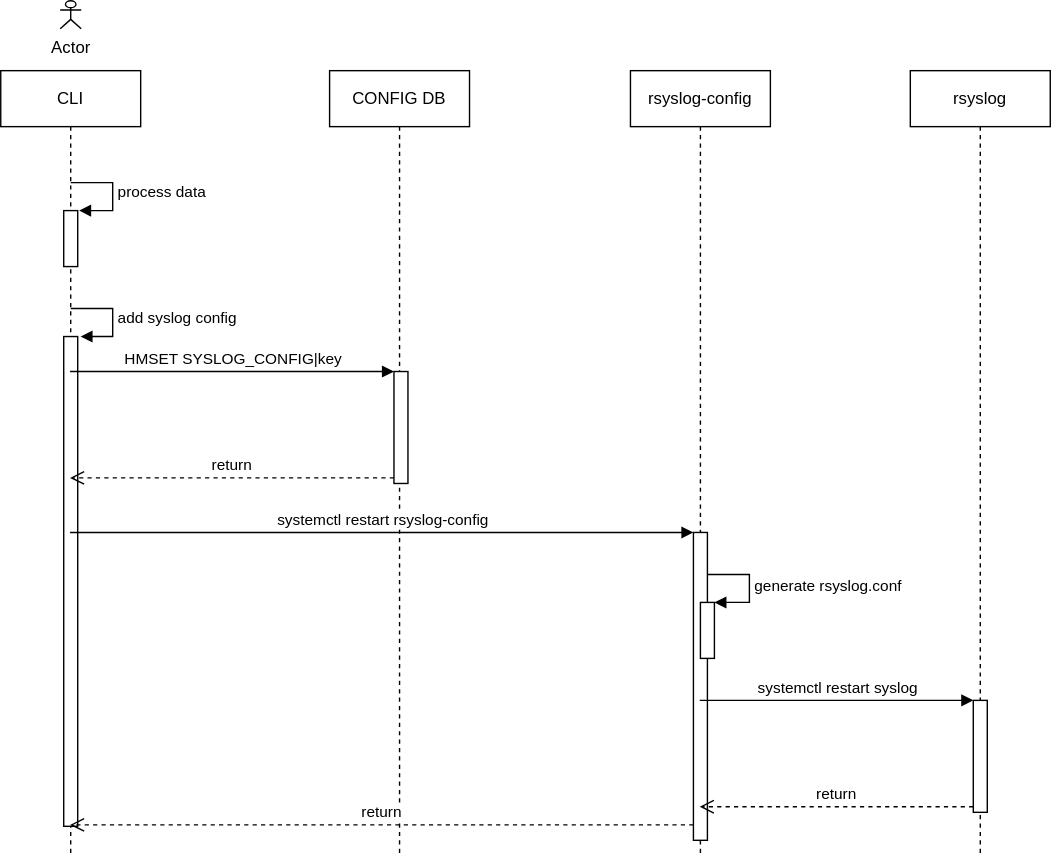
sonic-net/SONiC keeps this draw.io diagram as doc/syslog/images/host_rate_limit_config_flow.svg. Above is the earlier version. Source tidied: cells renumbered, new cells last; positions are measured from the earlier drawing's top-left corner, leaving out a move shared by most shapes. Its diagram source:
```xml
<mxGraphModel>
  <root>
    <mxCell id="0" />
    <mxCell id="1" parent="0" />
    <mxCell id="2" value="CLI" style="shape=umlLifeline;perimeter=lifelinePerimeter;whiteSpace=wrap;html=1;outlineConnect=0;" parent="1" vertex="1">
      <mxGeometry y="50" width="100" height="560" as="geometry" />
    </mxCell>
    <mxCell id="3" style="html=1;perimeter=orthogonalPerimeter;" parent="2" vertex="1">
      <mxGeometry x="45" y="100" width="10" height="40" as="geometry" />
    </mxCell>
    <mxCell id="4" value="process data" style="edgeStyle=orthogonalEdgeStyle;html=1;align=left;spacingLeft=2;endArrow=block;rounded=0;entryX=1;entryY=0;" parent="2" edge="1">
      <mxGeometry relative="1" as="geometry">
        <mxPoint x="50" y="80" as="sourcePoint" />
        <mxPoint x="56" y="100" as="targetPoint" />
        <Array as="points">
          <mxPoint x="80" y="80" />
        </Array>
      </mxGeometry>
    </mxCell>
    <mxCell id="5" style="html=1;perimeter=orthogonalPerimeter;" parent="2" vertex="1">
      <mxGeometry x="45" y="190" width="10" height="350" as="geometry" />
    </mxCell>
    <mxCell id="6" value="add syslog config" style="edgeStyle=orthogonalEdgeStyle;html=1;align=left;spacingLeft=2;endArrow=block;rounded=0;entryX=1;entryY=0;" parent="2" edge="1">
      <mxGeometry relative="1" as="geometry">
        <mxPoint x="50" y="170" as="sourcePoint" />
        <mxPoint x="57" y="190" as="targetPoint" />
        <Array as="points">
          <mxPoint x="80" y="170" />
        </Array>
      </mxGeometry>
    </mxCell>
    <mxCell id="7" value="Actor" style="shape=umlActor;verticalLabelPosition=bottom;verticalAlign=top;html=1;" parent="1" vertex="1">
      <mxGeometry x="42.5" width="15" height="20" as="geometry" />
    </mxCell>
    <mxCell id="8" value="CONFIG DB" style="shape=umlLifeline;perimeter=lifelinePerimeter;whiteSpace=wrap;html=1;" parent="1" vertex="1">
      <mxGeometry x="235" y="50" width="100" height="560" as="geometry" />
    </mxCell>
    <mxCell id="9" style="html=1;points=[];perimeter=orthogonalPerimeter;" parent="8" vertex="1">
      <mxGeometry x="46" y="215" width="10" height="80" as="geometry" />
    </mxCell>
    <mxCell id="10" value="rsyslog-config" style="shape=umlLifeline;perimeter=lifelinePerimeter;whiteSpace=wrap;html=1;outlineConnect=0;" parent="1" vertex="1">
      <mxGeometry x="450" y="50" width="100" height="560" as="geometry" />
    </mxCell>
    <mxCell id="11" style="html=1;points=[];perimeter=orthogonalPerimeter;" parent="10" vertex="1">
      <mxGeometry x="45" y="330" width="10" height="220" as="geometry" />
    </mxCell>
    <mxCell id="12" style="html=1;points=[];perimeter=orthogonalPerimeter;" parent="10" vertex="1">
      <mxGeometry x="50" y="380" width="10" height="40" as="geometry" />
    </mxCell>
    <mxCell id="13" value="generate rsyslog.conf" style="edgeStyle=orthogonalEdgeStyle;html=1;align=left;spacingLeft=2;endArrow=block;rounded=0;entryX=1;entryY=0;" parent="10" edge="1" target="12">
      <mxGeometry relative="1" as="geometry">
        <mxPoint x="55" y="360" as="sourcePoint" />
        <Array as="points">
          <mxPoint x="85" y="360" />
        </Array>
      </mxGeometry>
    </mxCell>
    <mxCell id="14" value="HMSET SYSLOG_CONFIG|key" style="html=1;verticalAlign=bottom;endArrow=block;entryX=0;entryY=0;" parent="1" edge="1" source="2" target="9">
      <mxGeometry relative="1" as="geometry" />
    </mxCell>
    <mxCell id="15" value="return" style="html=1;verticalAlign=bottom;endArrow=open;dashed=1;endSize=8;exitX=0;exitY=0.95;" parent="1" edge="1" source="9" target="2">
      <mxGeometry relative="1" as="geometry" />
    </mxCell>
    <mxCell id="16" value="rsyslog" style="shape=umlLifeline;perimeter=lifelinePerimeter;whiteSpace=wrap;html=1;" parent="1" vertex="1">
      <mxGeometry x="650" y="50" width="100" height="560" as="geometry" />
    </mxCell>
    <mxCell id="17" style="html=1;points=[];perimeter=orthogonalPerimeter;" parent="16" vertex="1">
      <mxGeometry x="45" y="450" width="10" height="80" as="geometry" />
    </mxCell>
    <mxCell id="18" value="systemctl restart rsyslog-config" style="html=1;verticalAlign=bottom;endArrow=block;entryX=0;entryY=0;" parent="1" edge="1" source="2" target="11">
      <mxGeometry relative="1" as="geometry" />
    </mxCell>
    <mxCell id="19" value="return" style="html=1;verticalAlign=bottom;endArrow=open;dashed=1;endSize=8;exitX=0;exitY=0.95;" parent="1" edge="1" source="11" target="2">
      <mxGeometry relative="1" as="geometry" />
    </mxCell>
    <mxCell id="20" value="systemctl restart syslog" style="html=1;verticalAlign=bottom;endArrow=block;entryX=0;entryY=0;" parent="1" edge="1" source="10" target="17">
      <mxGeometry relative="1" as="geometry" />
    </mxCell>
    <mxCell id="21" value="return" style="html=1;verticalAlign=bottom;endArrow=open;dashed=1;endSize=8;exitX=0;exitY=0.95;" parent="1" edge="1" source="17" target="10">
      <mxGeometry relative="1" as="geometry" />
    </mxCell>
  </root>
</mxGraphModel>
```
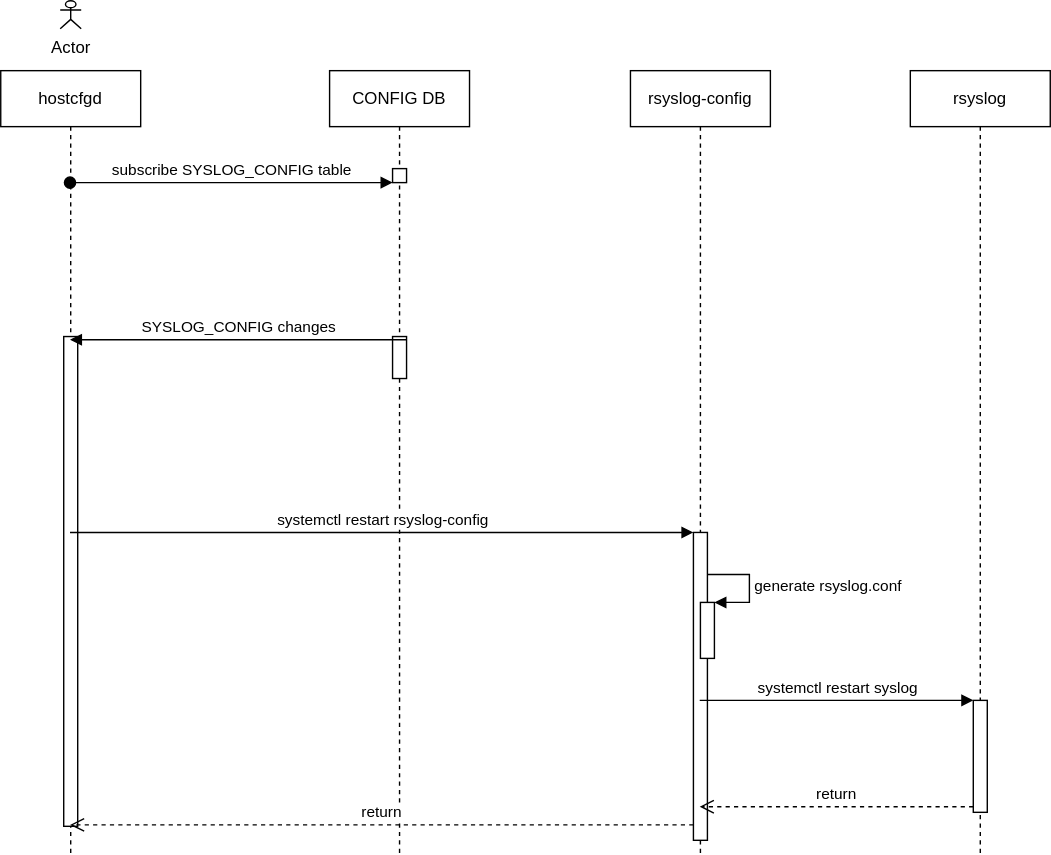
After the commit.

Change to the diagram source:
```diff
@@ -2,33 +2,12 @@
   <root>
     <mxCell id="0" />
     <mxCell id="1" parent="0" />
-    <mxCell id="2" value="CLI" style="shape=umlLifeline;perimeter=lifelinePerimeter;whiteSpace=wrap;html=1;outlineConnect=0;" parent="1" vertex="1">
+    <mxCell id="2" value="hostcfgd" style="shape=umlLifeline;perimeter=lifelinePerimeter;whiteSpace=wrap;html=1;outlineConnect=0;" parent="1" vertex="1">
       <mxGeometry y="50" width="100" height="560" as="geometry" />
     </mxCell>
-    <mxCell id="3" style="html=1;perimeter=orthogonalPerimeter;" parent="2" vertex="1">
-      <mxGeometry x="45" y="100" width="10" height="40" as="geometry" />
-    </mxCell>
-    <mxCell id="4" value="process data" style="edgeStyle=orthogonalEdgeStyle;html=1;align=left;spacingLeft=2;endArrow=block;rounded=0;entryX=1;entryY=0;" parent="2" edge="1">
-      <mxGeometry relative="1" as="geometry">
-        <mxPoint x="50" y="80" as="sourcePoint" />
-        <mxPoint x="56" y="100" as="targetPoint" />
-        <Array as="points">
-          <mxPoint x="80" y="80" />
-        </Array>
-      </mxGeometry>
-    </mxCell>
     <mxCell id="5" style="html=1;perimeter=orthogonalPerimeter;" parent="2" vertex="1">
       <mxGeometry x="45" y="190" width="10" height="350" as="geometry" />
     </mxCell>
-    <mxCell id="6" value="add syslog config" style="edgeStyle=orthogonalEdgeStyle;html=1;align=left;spacingLeft=2;endArrow=block;rounded=0;entryX=1;entryY=0;" parent="2" edge="1">
-      <mxGeometry relative="1" as="geometry">
-        <mxPoint x="50" y="170" as="sourcePoint" />
-        <mxPoint x="57" y="190" as="targetPoint" />
-        <Array as="points">
-          <mxPoint x="80" y="170" />
-        </Array>
-      </mxGeometry>
-    </mxCell>
     <mxCell id="7" value="Actor" style="shape=umlActor;verticalLabelPosition=bottom;verticalAlign=top;html=1;" parent="1" vertex="1">
       <mxGeometry x="42.5" width="15" height="20" as="geometry" />
     </mxCell>
@@ -36,8 +15,11 @@
       <mxGeometry x="235" y="50" width="100" height="560" as="geometry" />
     </mxCell>
     <mxCell id="9" style="html=1;points=[];perimeter=orthogonalPerimeter;" parent="8" vertex="1">
-      <mxGeometry x="46" y="215" width="10" height="80" as="geometry" />
+      <mxGeometry x="45" y="190" width="10" height="30" as="geometry" />
     </mxCell>
+    <mxCell id="22" style="html=1;points=[];perimeter=orthogonalPerimeter;" parent="8" vertex="1">
+      <mxGeometry x="45" y="70" width="10" height="10" as="geometry" />
+    </mxCell>
     <mxCell id="10" value="rsyslog-config" style="shape=umlLifeline;perimeter=lifelinePerimeter;whiteSpace=wrap;html=1;outlineConnect=0;" parent="1" vertex="1">
       <mxGeometry x="450" y="50" width="100" height="560" as="geometry" />
     </mxCell>
@@ -55,12 +37,6 @@
         </Array>
       </mxGeometry>
     </mxCell>
-    <mxCell id="14" value="HMSET SYSLOG_CONFIG|key" style="html=1;verticalAlign=bottom;endArrow=block;entryX=0;entryY=0;" parent="1" edge="1" source="2" target="9">
-      <mxGeometry relative="1" as="geometry" />
-    </mxCell>
-    <mxCell id="15" value="return" style="html=1;verticalAlign=bottom;endArrow=open;dashed=1;endSize=8;exitX=0;exitY=0.95;" parent="1" edge="1" source="9" target="2">
-      <mxGeometry relative="1" as="geometry" />
-    </mxCell>
     <mxCell id="16" value="rsyslog" style="shape=umlLifeline;perimeter=lifelinePerimeter;whiteSpace=wrap;html=1;" parent="1" vertex="1">
       <mxGeometry x="650" y="50" width="100" height="560" as="geometry" />
     </mxCell>
@@ -79,5 +55,11 @@
     <mxCell id="21" value="return" style="html=1;verticalAlign=bottom;endArrow=open;dashed=1;endSize=8;exitX=0;exitY=0.95;" parent="1" edge="1" source="17" target="10">
       <mxGeometry relative="1" as="geometry" />
     </mxCell>
+    <mxCell id="23" value="subscribe SYSLOG_CONFIG table" style="html=1;verticalAlign=bottom;startArrow=oval;endArrow=block;startSize=8;" parent="1" edge="1" source="2" target="22">
+      <mxGeometry relative="1" as="geometry" />
+    </mxCell>
+    <mxCell id="15" value="SYSLOG_CONFIG changes" style="html=1;verticalAlign=bottom;endArrow=block;exitX=1;exitY=0.075;exitDx=0;exitDy=0;exitPerimeter=0;" parent="1" edge="1" source="9" target="2">
+      <mxGeometry relative="1" as="geometry" />
+    </mxCell>
   </root>
 </mxGraphModel>
```
